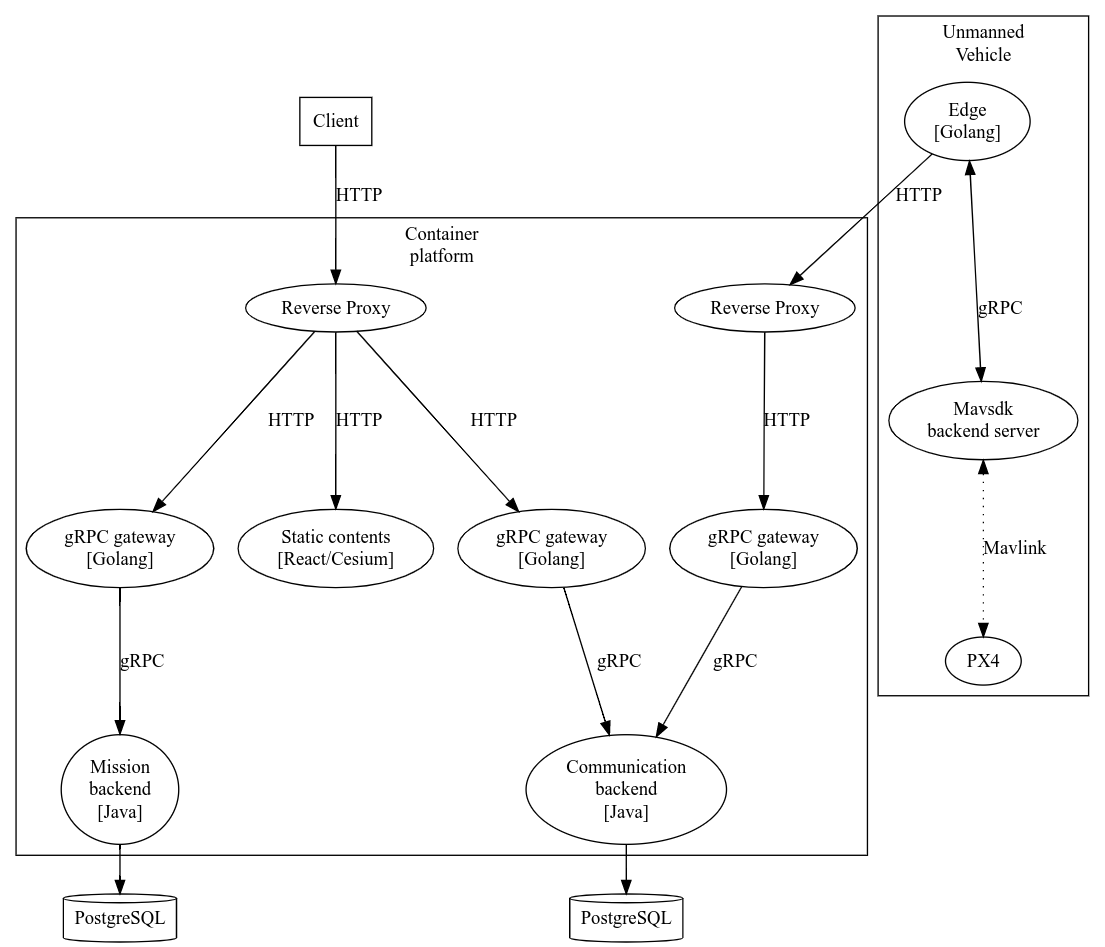
Above: assets/generated/simple_architecture.png in Tomofiles/skysign_cloud_v2 (Graphviz), before the change. Its source is kept beside it as assets/simple_architecture.gv.
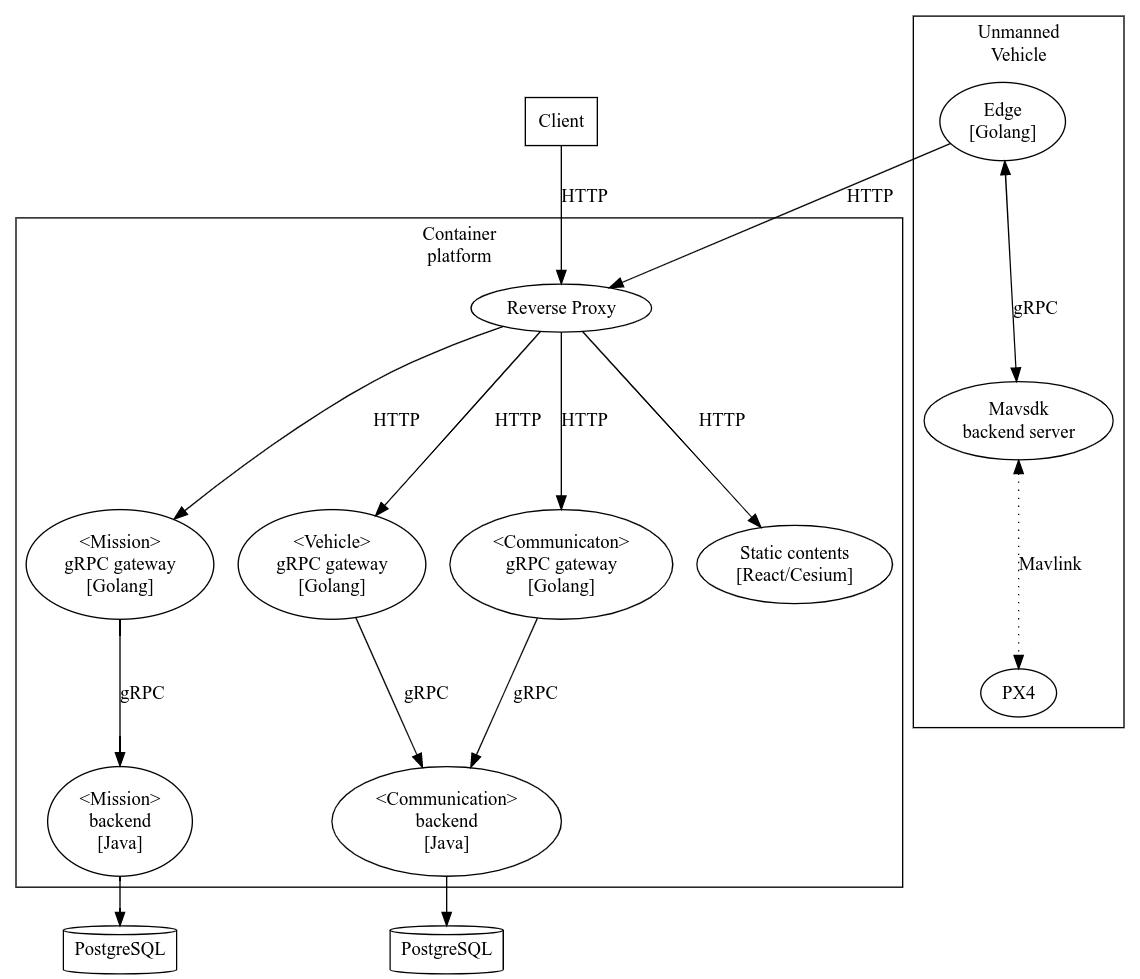
The same diagram one commit later.

What changed in the source:
```diff
@@ -1,31 +1,30 @@
 digraph G {
   Client [label="Client", shape=Box];
-  HTTPFrontend1 [label="gRPC gateway\n[Golang]"];
-  HTTPFrontend2 [label="gRPC gateway\n[Golang]"];
-  HTTPFrontend3 [label="gRPC gateway\n[Golang]"];
-  MissionsBackend [label="Mission\nbackend\n[Java]"];
-  CommunicationBackend [label="Communication\nbackend\n[Java]"];
+  HTTPFrontend1 [label="<Communicaton>\ngRPC gateway\n[Golang]"];
+  HTTPFrontend2 [label="<Mission>\ngRPC gateway\n[Golang]"];
+  HTTPFrontend3 [label="<Vehicle>\ngRPC gateway\n[Golang]"];
+  MissionsBackend [label="<Mission>\nbackend\n[Java]"];
+  CommunicationBackend [label="<Communication>\nbackend\n[Java]"];
   PostgreSQL1 [label="PostgreSQL", shape=cylinder];
   PostgreSQL2 [label="PostgreSQL", shape=cylinder];
-  ReverseProxy1 [label="Reverse Proxy"];
-  ReverseProxy2 [label="Reverse Proxy"];
+  ReverseProxy [label="Reverse Proxy"];
   StaticContents [label="Static contents\n[React/Cesium]"];
   Edge_ [label="Edge\n[Golang]"];
   MavsdkBackend [label="Mavsdk\nbackend server"];
   PX4 [label="PX4"];
 
-  Client -> ReverseProxy1 [label="HTTP"];
-  Edge_ -> ReverseProxy2 [label="HTTP"];
+  Client -> ReverseProxy [label="HTTP"];
+  Edge_ -> ReverseProxy [label="HTTP"];
 
   CommunicationBackend -> PostgreSQL1;
   MissionsBackend -> PostgreSQL2;
 
   subgraph cluster_0 {
     label="Container\nplatform";
-    ReverseProxy1 -> HTTPFrontend1 [label="HTTP"];
-    ReverseProxy1 -> HTTPFrontend2 [label="HTTP"];
-    ReverseProxy1 -> StaticContents [label="HTTP"];
-    ReverseProxy2 -> HTTPFrontend3 [label="HTTP"];
+    ReverseProxy -> HTTPFrontend1 [label="HTTP"];
+    ReverseProxy -> HTTPFrontend2 [label="HTTP"];
+    ReverseProxy -> StaticContents [label="HTTP"];
+    ReverseProxy -> HTTPFrontend3 [label="HTTP"];
 
     HTTPFrontend1 -> CommunicationBackend [label="gRPC"];
     HTTPFrontend2 -> MissionsBackend [label="gRPC"];
```
